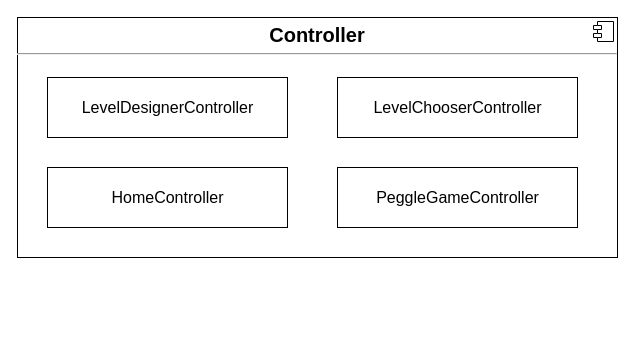
This is diagrams/ControllerDiagram.drawio from T-Fang/Ocean-Peggle, a draw.io file, before an edit. Source tidied: cells renumbered, new cells numbered last; positions are measured from the earlier drawing's top-left corner, leaving out a move shared by most shapes. Both pictures are drawn from the tidied source at 100%, with x=0, y=0 at pixel (17, 17).
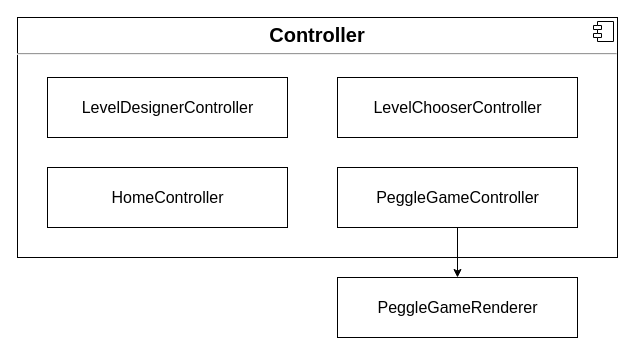
After the change.

Change to the diagram source:
```diff
@@
 <mxGraphModel>
   <root>
     <mxCell id="0" />
     <mxCell id="1" parent="0" />
     <mxCell id="2" value="&lt;p style=&quot;margin: 0px ; margin-top: 6px ; text-align: center&quot;&gt;&lt;b&gt;&lt;font style=&quot;font-size: 20px&quot;&gt;Controller&lt;/font&gt;&lt;/b&gt;&lt;/p&gt;&lt;hr&gt;&lt;p style=&quot;margin: 0px ; margin-left: 8px&quot;&gt;&lt;br&gt;&lt;/p&gt;" style="align=left;overflow=fill;html=1;" parent="1" vertex="1">
       <mxGeometry width="600" height="240" as="geometry" />
     </mxCell>
     <mxCell id="3" style="shape=component;jettyWidth=8;jettyHeight=4;" parent="2" vertex="1">
       <mxGeometry x="1" width="20" height="20" relative="1" as="geometry">
         <mxPoint x="-24" y="4" as="offset" />
       </mxGeometry>
     </mxCell>
     <mxCell id="4" value="&lt;font style=&quot;font-size: 16px&quot;&gt;LevelChooserController&lt;/font&gt;" style="html=1;" parent="1" vertex="1">
       <mxGeometry x="320" y="60" width="240" height="60" as="geometry" />
     </mxCell>
     <mxCell id="5" value="&lt;font style=&quot;font-size: 16px&quot;&gt;LevelDesignerController&lt;/font&gt;" style="html=1;" parent="1" vertex="1">
       <mxGeometry x="30" y="60" width="240" height="60" as="geometry" />
     </mxCell>
     <mxCell id="6" value="&lt;font style=&quot;font-size: 16px&quot;&gt;HomeController&lt;/font&gt;" style="html=1;" parent="1" vertex="1">
       <mxGeometry x="30" y="150" width="240" height="60" as="geometry" />
     </mxCell>
+    <mxCell id="8" style="edgeStyle=orthogonalEdgeStyle;rounded=0;jettySize=auto;html=1;exitX=0.5;exitY=1;exitDx=0;exitDy=0;entryX=0.5;entryY=0;entryDx=0;entryDy=0;" parent="1" edge="1" source="7" target="9">
+      <mxGeometry relative="1" as="geometry" />
+    </mxCell>
     <mxCell id="7" value="&lt;span style=&quot;font-size: 16px&quot;&gt;PeggleGameController&lt;/span&gt;" style="html=1;" parent="1" vertex="1">
       <mxGeometry x="320" y="150" width="240" height="60" as="geometry" />
     </mxCell>
+    <mxCell id="9" value="&lt;span style=&quot;font-size: 16px&quot;&gt;PeggleGameRenderer&lt;/span&gt;" style="html=1;" parent="1" vertex="1">
+      <mxGeometry x="320" y="260" width="240" height="60" as="geometry" />
+    </mxCell>
   </root>
 </mxGraphModel>
```
